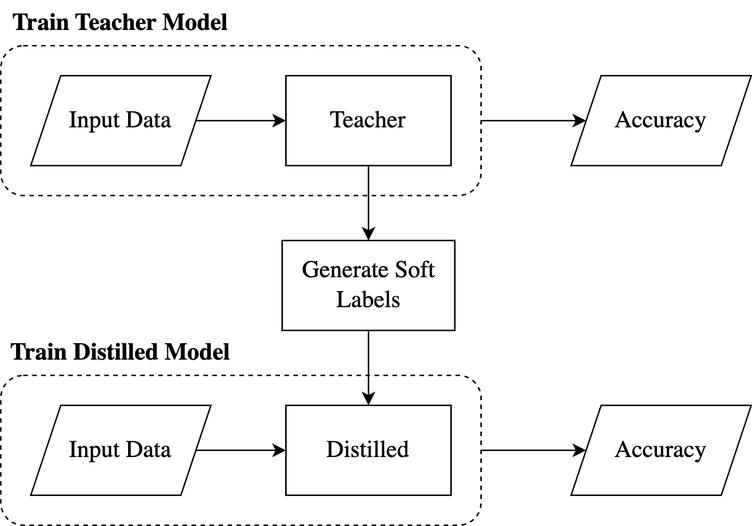
Before: assets/diagrams/soft-labels-flow.png, a diagram exported from draw.io (ckinateder/tsetlin-kd-v2). Source tidied: cells renumbered, new cells last; positions are measured from the earlier drawing's top-left corner, leaving out a move shared by most shapes.
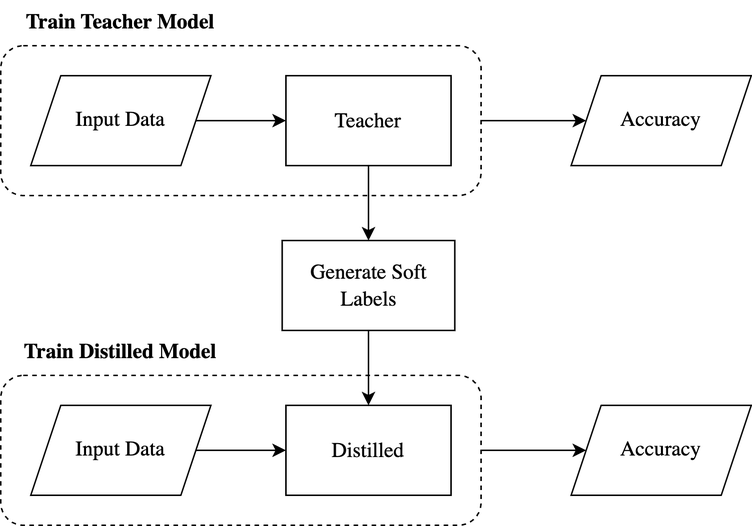
The same diagram one commit later.

Commit message:
Add soft labels in diagram

What changed in the source:
```diff
@@ -2,55 +2,55 @@
   <root>
     <mxCell id="0" />
     <mxCell id="1" parent="0" />
-    <mxCell id="2" style="edgeStyle=orthogonalEdgeStyle;rounded=0;jettySize=auto;html=1;exitX=1;exitY=0.5;exitDx=0;exitDy=0;" parent="1" edge="1" source="3" target="17">
+    <mxCell id="2" style="edgeStyle=orthogonalEdgeStyle;rounded=0;jettySize=auto;html=1;exitX=1;exitY=0.5;exitDx=0;exitDy=0;fontSize=14;" parent="1" edge="1" source="3" target="17">
       <mxGeometry relative="1" as="geometry" />
     </mxCell>
-    <mxCell id="3" style="rounded=1;whiteSpace=wrap;html=1;fillColor=none;dashed=1;" parent="1" vertex="1">
+    <mxCell id="3" style="rounded=1;whiteSpace=wrap;html=1;fillColor=none;dashed=1;fontSize=14;" parent="1" vertex="1">
       <mxGeometry y="30" width="320" height="100" as="geometry" />
     </mxCell>
-    <mxCell id="4" value="&lt;font face=&quot;Computer Modern&quot;&gt;Teacher&lt;/font&gt;" style="rounded=0;whiteSpace=wrap;html=1;fontSize=16;" parent="1" vertex="1">
+    <mxCell id="4" value="&lt;font face=&quot;Computer Modern&quot;&gt;Teacher&lt;/font&gt;" style="rounded=0;whiteSpace=wrap;html=1;fontSize=14;" parent="1" vertex="1">
       <mxGeometry x="190" y="50" width="110" height="60" as="geometry" />
     </mxCell>
-    <mxCell id="5" style="edgeStyle=orthogonalEdgeStyle;rounded=0;jettySize=auto;html=1;" parent="1" edge="1" source="6" target="18">
+    <mxCell id="5" style="edgeStyle=orthogonalEdgeStyle;rounded=0;jettySize=auto;html=1;fontSize=14;" parent="1" edge="1" source="6" target="18">
       <mxGeometry relative="1" as="geometry" />
     </mxCell>
-    <mxCell id="6" style="rounded=1;whiteSpace=wrap;html=1;fillColor=none;dashed=1;" parent="1" vertex="1">
+    <mxCell id="6" style="rounded=1;whiteSpace=wrap;html=1;fillColor=none;dashed=1;fontSize=14;" parent="1" vertex="1">
       <mxGeometry y="250" width="320" height="100" as="geometry" />
     </mxCell>
-    <mxCell id="7" value="&lt;font face=&quot;Computer Modern&quot;&gt;Distilled&lt;/font&gt;" style="rounded=0;whiteSpace=wrap;html=1;fontSize=16;" parent="1" vertex="1">
+    <mxCell id="7" value="&lt;font face=&quot;Computer Modern&quot;&gt;Distilled&lt;/font&gt;" style="rounded=0;whiteSpace=wrap;html=1;fontSize=14;" parent="1" vertex="1">
       <mxGeometry x="190" y="270" width="110" height="60" as="geometry" />
     </mxCell>
-    <mxCell id="8" value="Train Distilled Model" style="text;html=1;align=center;verticalAlign=middle;whiteSpace=wrap;rounded=0;fontSize=16;fontFamily=Computer Modern;fontStyle=1;" parent="1" vertex="1">
+    <mxCell id="8" value="Train Distilled Model" style="text;html=1;align=center;verticalAlign=middle;whiteSpace=wrap;rounded=0;fontSize=14;fontFamily=Computer Modern;fontStyle=1;" parent="1" vertex="1">
       <mxGeometry y="220" width="160" height="30" as="geometry" />
     </mxCell>
-    <mxCell id="9" value="Train Teacher Model" style="text;html=1;align=center;verticalAlign=middle;whiteSpace=wrap;rounded=0;fontSize=16;fontFamily=Computer Modern;fontStyle=1;" parent="1" vertex="1">
+    <mxCell id="9" value="Train Teacher Model" style="text;html=1;align=center;verticalAlign=middle;whiteSpace=wrap;rounded=0;fontSize=14;fontFamily=Computer Modern;fontStyle=1;" parent="1" vertex="1">
       <mxGeometry width="160" height="30" as="geometry" />
     </mxCell>
-    <mxCell id="10" style="edgeStyle=orthogonalEdgeStyle;rounded=0;jettySize=auto;html=1;entryX=0.5;entryY=0;entryDx=0;entryDy=0;" parent="1" edge="1" source="11" target="7">
+    <mxCell id="10" style="edgeStyle=orthogonalEdgeStyle;rounded=0;jettySize=auto;html=1;entryX=0.5;entryY=0;entryDx=0;entryDy=0;fontSize=14;" parent="1" edge="1" source="11" target="7">
       <mxGeometry relative="1" as="geometry" />
     </mxCell>
-    <mxCell id="11" value="&lt;font face=&quot;Computer Modern&quot;&gt;Generate Soft Labels&lt;/font&gt;" style="rounded=0;whiteSpace=wrap;html=1;fontSize=16;" parent="1" vertex="1">
+    <mxCell id="11" value="&lt;font face=&quot;Computer Modern&quot;&gt;Generate Soft Labels&lt;/font&gt;" style="rounded=0;whiteSpace=wrap;html=1;fontSize=14;" parent="1" vertex="1">
       <mxGeometry x="187.5" y="160" width="115" height="60" as="geometry" />
     </mxCell>
-    <mxCell id="12" style="edgeStyle=orthogonalEdgeStyle;rounded=0;jettySize=auto;html=1;" parent="1" edge="1" source="13" target="7">
+    <mxCell id="12" style="edgeStyle=orthogonalEdgeStyle;rounded=0;jettySize=auto;html=1;fontSize=14;" parent="1" edge="1" source="13" target="7">
       <mxGeometry relative="1" as="geometry" />
     </mxCell>
-    <mxCell id="13" value="Input Data" style="shape=parallelogram;perimeter=parallelogramPerimeter;whiteSpace=wrap;html=1;fixedSize=1;fontSize=16;fontFamily=Computer Modern;" parent="1" vertex="1">
+    <mxCell id="13" value="Input Data" style="shape=parallelogram;perimeter=parallelogramPerimeter;whiteSpace=wrap;html=1;fixedSize=1;fontSize=14;fontFamily=Computer Modern;" parent="1" vertex="1">
       <mxGeometry x="20" y="270" width="120" height="60" as="geometry" />
     </mxCell>
-    <mxCell id="14" style="edgeStyle=orthogonalEdgeStyle;rounded=0;jettySize=auto;html=1;" parent="1" edge="1" source="15" target="4">
+    <mxCell id="14" style="edgeStyle=orthogonalEdgeStyle;rounded=0;jettySize=auto;html=1;fontSize=14;" parent="1" edge="1" source="15" target="4">
       <mxGeometry relative="1" as="geometry" />
     </mxCell>
-    <mxCell id="15" value="Input Data" style="shape=parallelogram;perimeter=parallelogramPerimeter;whiteSpace=wrap;html=1;fixedSize=1;fontSize=16;fontFamily=Computer Modern;" parent="1" vertex="1">
+    <mxCell id="15" value="Input Data" style="shape=parallelogram;perimeter=parallelogramPerimeter;whiteSpace=wrap;html=1;fixedSize=1;fontSize=14;fontFamily=Computer Modern;" parent="1" vertex="1">
       <mxGeometry x="20" y="50" width="120" height="60" as="geometry" />
     </mxCell>
-    <mxCell id="16" style="endArrow=classic;html=1;rounded=0;exitX=0.5;exitY=1;exitDx=0;exitDy=0;entryX=0.5;entryY=0;entryDx=0;entryDy=0;" parent="1" edge="1" source="4" target="11">
+    <mxCell id="16" style="endArrow=classic;html=1;rounded=0;exitX=0.5;exitY=1;exitDx=0;exitDy=0;entryX=0.5;entryY=0;entryDx=0;entryDy=0;fontSize=14;" parent="1" edge="1" source="4" target="11">
       <mxGeometry relative="1" as="geometry" />
     </mxCell>
-    <mxCell id="17" value="Accuracy" style="shape=parallelogram;perimeter=parallelogramPerimeter;whiteSpace=wrap;html=1;fixedSize=1;fontSize=16;fontFamily=Computer Modern;" parent="1" vertex="1">
+    <mxCell id="17" value="Accuracy" style="shape=parallelogram;perimeter=parallelogramPerimeter;whiteSpace=wrap;html=1;fixedSize=1;fontSize=14;fontFamily=Computer Modern;" parent="1" vertex="1">
       <mxGeometry x="380" y="50" width="120" height="60" as="geometry" />
     </mxCell>
-    <mxCell id="18" value="Accuracy" style="shape=parallelogram;perimeter=parallelogramPerimeter;whiteSpace=wrap;html=1;fixedSize=1;fontSize=16;fontFamily=Computer Modern;" parent="1" vertex="1">
+    <mxCell id="18" value="Accuracy" style="shape=parallelogram;perimeter=parallelogramPerimeter;whiteSpace=wrap;html=1;fixedSize=1;fontSize=14;fontFamily=Computer Modern;" parent="1" vertex="1">
       <mxGeometry x="380" y="270" width="120" height="60" as="geometry" />
     </mxCell>
   </root>
```
